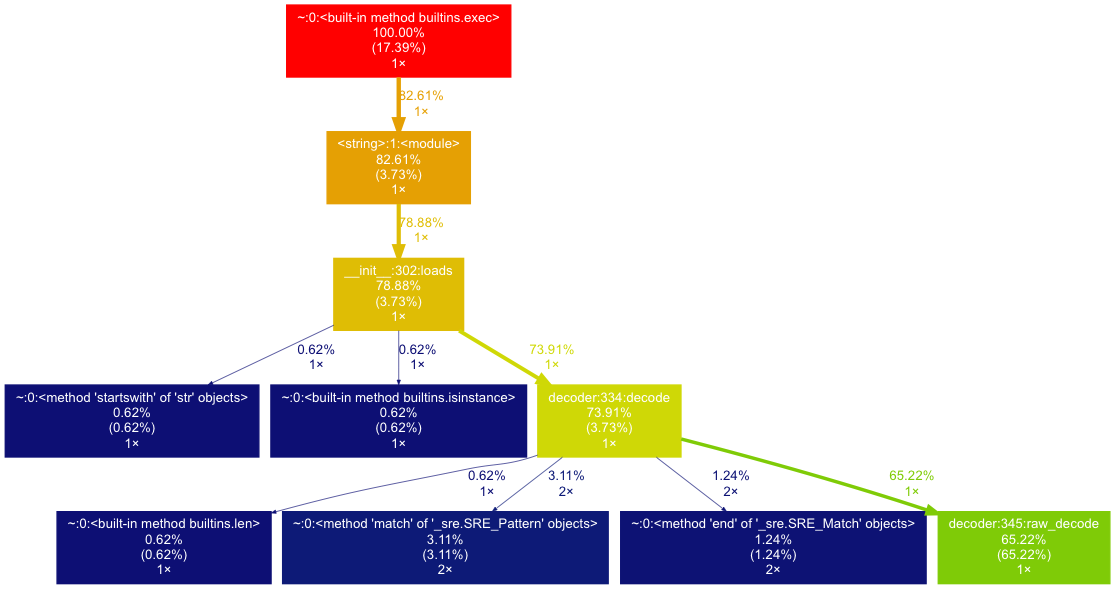
This is deliver/json_loads.png from octaflop/python_profiling, a Graphviz export, as it was before one commit. Its source is kept beside it as deliver/json_loads.dot. Source of this version:
```dot
digraph {
	graph [fontname=Arial, nodesep=0.125, ranksep=0.25];
	node [fontcolor=white, fontname=Arial, height=0, shape=box, style=filled, width=0];
	edge [fontname=Arial];
	0 [color="#0d0f74", fontcolor="#ffffff", fontsize="10.00", label="~:0:<method 'startswith' of 'str' objects>\n0.62%\n(0.62%)\n1×", tooltip="~"];
	1 [color="#dfbd05", fontcolor="#ffffff", fontsize="10.00", label="__init__:302:loads\n78.88%\n(3.73%)\n1×", tooltip="/usr/local/Cellar/python/3.6.5/Frameworks/Python.framework/Versions/3.6/lib/python3.6/json/__init__.py"];
	1 -> 0 [arrowsize="0.35", color="#0d0f74", fontcolor="#0d0f74", fontsize="10.00", label="0.62%\n1×", labeldistance="0.50", penwidth="0.50"];
	1 -> 3 [arrowsize="0.35", color="#0d0f74", fontcolor="#0d0f74", fontsize="10.00", label="0.62%\n1×", labeldistance="0.50", penwidth="0.50"];
	1 -> 5 [arrowsize="0.86", color="#cfd806", fontcolor="#cfd806", fontsize="10.00", label="73.91%\n1×", labeldistance="2.96", penwidth="2.96"];
	2 [color="#ff0000", fontcolor="#ffffff", fontsize="10.00", label="~:0:<built-in method builtins.exec>\n100.00%\n(17.39%)\n1×", tooltip="~"];
	2 -> 8 [arrowsize="0.91", color="#e5a004", fontcolor="#e5a004", fontsize="10.00", label="82.61%\n1×", labeldistance="3.30", penwidth="3.30"];
	3 [color="#0d0f74", fontcolor="#ffffff", fontsize="10.00", label="~:0:<built-in method builtins.isinstance>\n0.62%\n(0.62%)\n1×", tooltip="~"];
	4 [color="#0d0f74", fontcolor="#ffffff", fontsize="10.00", label="~:0:<built-in method builtins.len>\n0.62%\n(0.62%)\n1×", tooltip="~"];
	5 [color="#cfd806", fontcolor="#ffffff", fontsize="10.00", label="decoder:334:decode\n73.91%\n(3.73%)\n1×", tooltip="/usr/local/Cellar/python/3.6.5/Frameworks/Python.framework/Versions/3.6/lib/python3.6/json/decoder.py"];
	5 -> 4 [arrowsize="0.35", color="#0d0f74", fontcolor="#0d0f74", fontsize="10.00", label="0.62%\n1×", labeldistance="0.50", penwidth="0.50"];
	5 -> 6 [arrowsize="0.35", color="#0d1a77", fontcolor="#0d1a77", fontsize="10.00", label="3.11%\n2×", labeldistance="0.50", penwidth="0.50"];
	5 -> 7 [arrowsize="0.35", color="#0d1274", fontcolor="#0d1274", fontsize="10.00", label="1.24%\n2×", labeldistance="0.50", penwidth="0.50"];
	5 -> 9 [arrowsize="0.81", color="#7fcb07", fontcolor="#7fcb07", fontsize="10.00", label="65.22%\n1×", labeldistance="2.61", penwidth="2.61"];
	6 [color="#0d1a77", fontcolor="#ffffff", fontsize="10.00", label="~:0:<method 'match' of '_sre.SRE_Pattern' objects>\n3.11%\n(3.11%)\n2×", tooltip="~"];
	7 [color="#0d1274", fontcolor="#ffffff", fontsize="10.00", label="~:0:<method 'end' of '_sre.SRE_Match' objects>\n1.24%\n(1.24%)\n2×", tooltip="~"];
	8 [color="#e5a004", fontcolor="#ffffff", fontsize="10.00", label="<string>:1:<module>\n82.61%\n(3.73%)\n1×", tooltip="<string>"];
	8 -> 1 [arrowsize="0.89", color="#dfbd05", fontcolor="#dfbd05", fontsize="10.00", label="78.88%\n1×", labeldistance="3.16", penwidth="3.16"];
	9 [color="#7fcb07", fontcolor="#ffffff", fontsize="10.00", label="decoder:345:raw_decode\n65.22%\n(65.22%)\n1×", tooltip="/usr/local/Cellar/python/3.6.5/Frameworks/Python.framework/Versions/3.6/lib/python3.6/json/decoder.py"];
}
```
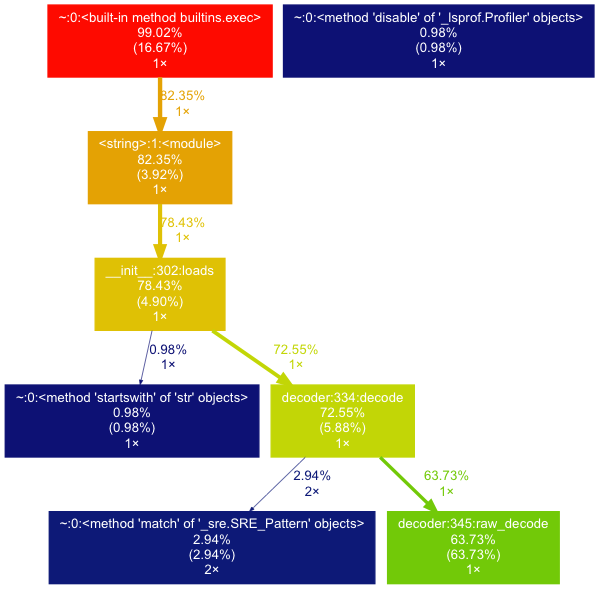
Above is the later version.

The edit, as a diff of the source:
```diff
@@ -2,23 +2,18 @@
 	graph [fontname=Arial, nodesep=0.125, ranksep=0.25];
 	node [fontcolor=white, fontname=Arial, height=0, shape=box, style=filled, width=0];
 	edge [fontname=Arial];
-	0 [color="#0d0f74", fontcolor="#ffffff", fontsize="10.00", label="~:0:<method 'startswith' of 'str' objects>\n0.62%\n(0.62%)\n1×", tooltip="~"];
-	1 [color="#dfbd05", fontcolor="#ffffff", fontsize="10.00", label="__init__:302:loads\n78.88%\n(3.73%)\n1×", tooltip="/usr/local/Cellar/python/3.6.5/Frameworks/Python.framework/Versions/3.6/lib/python3.6/json/__init__.py"];
-	1 -> 0 [arrowsize="0.35", color="#0d0f74", fontcolor="#0d0f74", fontsize="10.00", label="0.62%\n1×", labeldistance="0.50", penwidth="0.50"];
-	1 -> 3 [arrowsize="0.35", color="#0d0f74", fontcolor="#0d0f74", fontsize="10.00", label="0.62%\n1×", labeldistance="0.50", penwidth="0.50"];
-	1 -> 5 [arrowsize="0.86", color="#cfd806", fontcolor="#cfd806", fontsize="10.00", label="73.91%\n1×", labeldistance="2.96", penwidth="2.96"];
-	2 [color="#ff0000", fontcolor="#ffffff", fontsize="10.00", label="~:0:<built-in method builtins.exec>\n100.00%\n(17.39%)\n1×", tooltip="~"];
-	2 -> 8 [arrowsize="0.91", color="#e5a004", fontcolor="#e5a004", fontsize="10.00", label="82.61%\n1×", labeldistance="3.30", penwidth="3.30"];
-	3 [color="#0d0f74", fontcolor="#ffffff", fontsize="10.00", label="~:0:<built-in method builtins.isinstance>\n0.62%\n(0.62%)\n1×", tooltip="~"];
-	4 [color="#0d0f74", fontcolor="#ffffff", fontsize="10.00", label="~:0:<built-in method builtins.len>\n0.62%\n(0.62%)\n1×", tooltip="~"];
-	5 [color="#cfd806", fontcolor="#ffffff", fontsize="10.00", label="decoder:334:decode\n73.91%\n(3.73%)\n1×", tooltip="/usr/local/Cellar/python/3.6.5/Frameworks/Python.framework/Versions/3.6/lib/python3.6/json/decoder.py"];
-	5 -> 4 [arrowsize="0.35", color="#0d0f74", fontcolor="#0d0f74", fontsize="10.00", label="0.62%\n1×", labeldistance="0.50", penwidth="0.50"];
-	5 -> 6 [arrowsize="0.35", color="#0d1a77", fontcolor="#0d1a77", fontsize="10.00", label="3.11%\n2×", labeldistance="0.50", penwidth="0.50"];
-	5 -> 7 [arrowsize="0.35", color="#0d1274", fontcolor="#0d1274", fontsize="10.00", label="1.24%\n2×", labeldistance="0.50", penwidth="0.50"];
-	5 -> 9 [arrowsize="0.81", color="#7fcb07", fontcolor="#7fcb07", fontsize="10.00", label="65.22%\n1×", labeldistance="2.61", penwidth="2.61"];
-	6 [color="#0d1a77", fontcolor="#ffffff", fontsize="10.00", label="~:0:<method 'match' of '_sre.SRE_Pattern' objects>\n3.11%\n(3.11%)\n2×", tooltip="~"];
-	7 [color="#0d1274", fontcolor="#ffffff", fontsize="10.00", label="~:0:<method 'end' of '_sre.SRE_Match' objects>\n1.24%\n(1.24%)\n2×", tooltip="~"];
-	8 [color="#e5a004", fontcolor="#ffffff", fontsize="10.00", label="<string>:1:<module>\n82.61%\n(3.73%)\n1×", tooltip="<string>"];
-	8 -> 1 [arrowsize="0.89", color="#dfbd05", fontcolor="#dfbd05", fontsize="10.00", label="78.88%\n1×", labeldistance="3.16", penwidth="3.16"];
-	9 [color="#7fcb07", fontcolor="#ffffff", fontsize="10.00", label="decoder:345:raw_decode\n65.22%\n(65.22%)\n1×", tooltip="/usr/local/Cellar/python/3.6.5/Frameworks/Python.framework/Versions/3.6/lib/python3.6/json/decoder.py"];
+	0 [color="#0d1174", fontcolor="#ffffff", fontsize="10.00", label="~:0:<method 'startswith' of 'str' objects>\n0.98%\n(0.98%)\n1×", tooltip="~"];
+	1 [color="#dfc105", fontcolor="#ffffff", fontsize="10.00", label="__init__:302:loads\n78.43%\n(4.90%)\n1×", tooltip="/usr/local/Cellar/python/3.6.5/Frameworks/Python.framework/Versions/3.6/lib/python3.6/json/__init__.py"];
+	1 -> 0 [arrowsize="0.35", color="#0d1174", fontcolor="#0d1174", fontsize="10.00", label="0.98%\n1×", labeldistance="0.50", penwidth="0.50"];
+	1 -> 5 [arrowsize="0.85", color="#c2d606", fontcolor="#c2d606", fontsize="10.00", label="72.55%\n1×", labeldistance="2.90", penwidth="2.90"];
+	2 [color="#fe0a00", fontcolor="#ffffff", fontsize="10.00", label="~:0:<built-in method builtins.exec>\n99.02%\n(16.67%)\n1×", tooltip="~"];
+	2 -> 8 [arrowsize="0.91", color="#e4a204", fontcolor="#e4a204", fontsize="10.00", label="82.35%\n1×", labeldistance="3.29", penwidth="3.29"];
+	5 [color="#c2d606", fontcolor="#ffffff", fontsize="10.00", label="decoder:334:decode\n72.55%\n(5.88%)\n1×", tooltip="/usr/local/Cellar/python/3.6.5/Frameworks/Python.framework/Versions/3.6/lib/python3.6/json/decoder.py"];
+	5 -> 6 [arrowsize="0.35", color="#0d1977", fontcolor="#0d1977", fontsize="10.00", label="2.94%\n2×", labeldistance="0.50", penwidth="0.50"];
+	5 -> 9 [arrowsize="0.80", color="#72c908", fontcolor="#72c908", fontsize="10.00", label="63.73%\n1×", labeldistance="2.55", penwidth="2.55"];
+	6 [color="#0d1977", fontcolor="#ffffff", fontsize="10.00", label="~:0:<method 'match' of '_sre.SRE_Pattern' objects>\n2.94%\n(2.94%)\n2×", tooltip="~"];
+	8 [color="#e4a204", fontcolor="#ffffff", fontsize="10.00", label="<string>:1:<module>\n82.35%\n(3.92%)\n1×", tooltip="<string>"];
+	8 -> 1 [arrowsize="0.89", color="#dfc105", fontcolor="#dfc105", fontsize="10.00", label="78.43%\n1×", labeldistance="3.14", penwidth="3.14"];
+	9 [color="#72c908", fontcolor="#ffffff", fontsize="10.00", label="decoder:345:raw_decode\n63.73%\n(63.73%)\n1×", tooltip="/usr/local/Cellar/python/3.6.5/Frameworks/Python.framework/Versions/3.6/lib/python3.6/json/decoder.py"];
+	10 [color="#0d1174", fontcolor="#ffffff", fontsize="10.00", label="~:0:<method 'disable' of '_lsprof.Profiler' objects>\n0.98%\n(0.98%)\n1×", tooltip="~"];
 }
```
